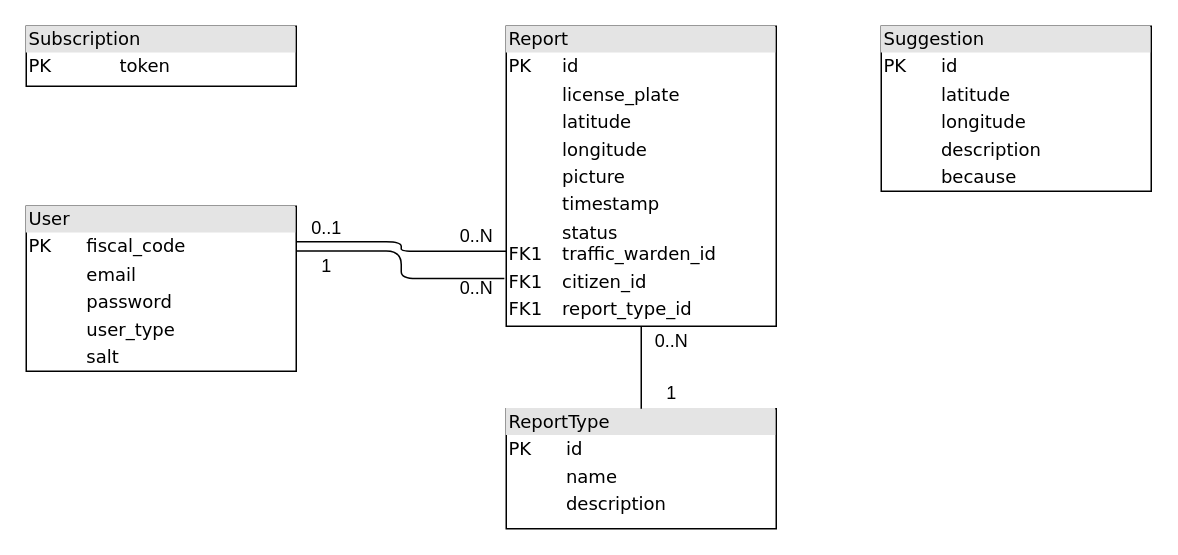
The draw.io diagram DD/diagrams/database-diagram.drawio in f3d0ss/CazzolaDotti-se2, before the edit. Source tidied: cells renumbered, new cells numbered last; positions are measured from the earlier drawing's top-left corner, leaving out a move shared by most shapes. Both pictures are drawn from the tidied source at 150%, with x=0, y=0 at pixel (26, 26).
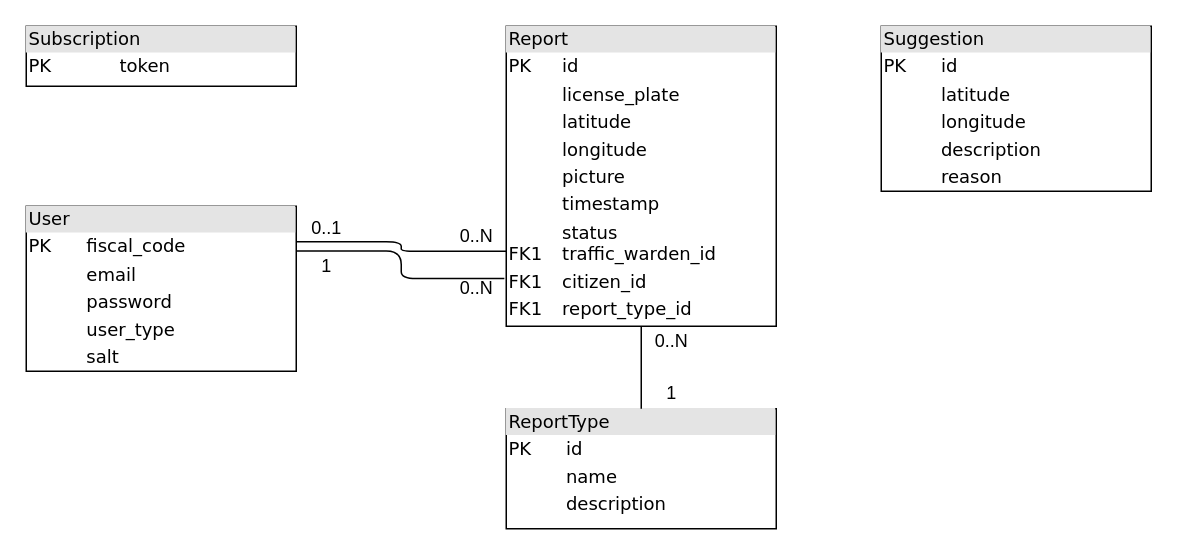
The same diagram, later.

Commit message (it also covers changes not shown here):
change notation reason

Change to the diagram source:
```diff
@@
 <mxGraphModel background="#ffffff">
   <root>
     <mxCell id="0" />
     <mxCell id="1" parent="0" />
     <mxCell id="2" style="edgeStyle=orthogonalEdgeStyle;html=1;entryX=-0.007;entryY=0.841;labelBackgroundColor=none;startArrow=none;endArrow=none;fontFamily=Verdana;fontSize=12;align=left;endFill=0;startFill=0;exitX=1.001;exitY=0.271;exitDx=0;exitDy=0;entryDx=0;entryDy=0;entryPerimeter=0;exitPerimeter=0;" parent="1" edge="1" source="3" target="6">
       <mxGeometry relative="1" as="geometry">
         <Array as="points">
           <mxPoint x="250" y="150" />
           <mxPoint x="250" y="168" />
         </Array>
       </mxGeometry>
     </mxCell>
     <mxCell id="3" value="&lt;div style=&quot;box-sizing: border-box ; width: 100% ; background: #e4e4e4 ; padding: 2px&quot;&gt;User&lt;/div&gt;&lt;table style=&quot;width: 100% ; font-size: 1em&quot; cellpadding=&quot;2&quot; cellspacing=&quot;0&quot;&gt;&lt;tbody&gt;&lt;tr&gt;&lt;td&gt;PK&lt;/td&gt;&lt;td&gt;fiscal_code&lt;/td&gt;&lt;/tr&gt;&lt;tr&gt;&lt;td&gt;&lt;br&gt;&lt;/td&gt;&lt;td&gt;email&lt;/td&gt;&lt;/tr&gt;&lt;tr&gt;&lt;td&gt;&lt;/td&gt;&lt;td&gt;password&lt;/td&gt;&lt;/tr&gt;&lt;tr&gt;&lt;td&gt;&lt;br&gt;&lt;/td&gt;&lt;td&gt;user_type&lt;/td&gt;&lt;/tr&gt;&lt;tr&gt;&lt;td&gt;&lt;br&gt;&lt;/td&gt;&lt;td&gt;salt&lt;/td&gt;&lt;/tr&gt;&lt;/tbody&gt;&lt;/table&gt;" style="verticalAlign=top;align=left;overflow=fill;html=1;rounded=0;shadow=0;comic=0;labelBackgroundColor=none;strokeWidth=1;fontFamily=Verdana;fontSize=12;" parent="1" vertex="1">
       <mxGeometry y="120" width="180" height="110" as="geometry" />
     </mxCell>
     <mxCell id="4" value="&lt;div style=&quot;box-sizing: border-box ; width: 100% ; background: #e4e4e4 ; padding: 2px&quot;&gt;ReportType&lt;/div&gt;&lt;table style=&quot;width: 100% ; font-size: 1em&quot; cellpadding=&quot;2&quot; cellspacing=&quot;0&quot;&gt;&lt;tbody&gt;&lt;tr&gt;&lt;td&gt;PK&lt;/td&gt;&lt;td&gt;id&lt;/td&gt;&lt;/tr&gt;&lt;tr&gt;&lt;td&gt;&lt;br&gt;&lt;/td&gt;&lt;td&gt;name&lt;/td&gt;&lt;/tr&gt;&lt;tr&gt;&lt;td&gt;&lt;/td&gt;&lt;td&gt;description&lt;/td&gt;&lt;/tr&gt;&lt;tr&gt;&lt;td&gt;&lt;/td&gt;&lt;td&gt;&lt;/td&gt;&lt;/tr&gt;&lt;/tbody&gt;&lt;/table&gt;" style="verticalAlign=top;align=left;overflow=fill;html=1;rounded=0;shadow=0;comic=0;labelBackgroundColor=none;strokeWidth=1;fontFamily=Verdana;fontSize=12;" parent="1" vertex="1">
       <mxGeometry x="320" y="255" width="180" height="80" as="geometry" />
     </mxCell>
     <mxCell id="5" style="edgeStyle=orthogonalEdgeStyle;html=1;entryX=0.5;entryY=0;labelBackgroundColor=none;startArrow=none;endArrow=none;fontFamily=Verdana;fontSize=12;align=left;startFill=0;endFill=0;" parent="1" edge="1" source="6" target="4">
       <mxGeometry relative="1" as="geometry" />
     </mxCell>
     <mxCell id="6" value="&lt;div style=&quot;box-sizing: border-box ; width: 100% ; background: #e4e4e4 ; padding: 2px&quot;&gt;Report&lt;/div&gt;&lt;table style=&quot;width: 100% ; font-size: 1em&quot; cellpadding=&quot;2&quot; cellspacing=&quot;0&quot;&gt;&lt;tbody&gt;&lt;tr&gt;&lt;td&gt;PK&lt;/td&gt;&lt;td&gt;id&lt;/td&gt;&lt;/tr&gt;&lt;tr&gt;&lt;td&gt;&lt;br&gt;&lt;/td&gt;&lt;td&gt;license_plate&lt;/td&gt;&lt;/tr&gt;&lt;tr&gt;&lt;td&gt;&lt;/td&gt;&lt;td&gt;latitude&lt;/td&gt;&lt;/tr&gt;&lt;tr&gt;&lt;td&gt;&lt;/td&gt;&lt;td&gt;longitude&lt;br&gt;&lt;/td&gt;&lt;/tr&gt;&lt;tr&gt;&lt;td&gt;&lt;br&gt;&lt;/td&gt;&lt;td&gt;picture&lt;br&gt;&lt;/td&gt;&lt;/tr&gt;&lt;tr&gt;&lt;td&gt;&lt;br&gt;&lt;/td&gt;&lt;td&gt;timestamp&lt;br&gt;&lt;/td&gt;&lt;/tr&gt;&lt;tr&gt;&lt;td&gt;&lt;br&gt;FK1&lt;/td&gt;&lt;td&gt;status&lt;br&gt;traffic_warden_id&lt;br&gt;&lt;/td&gt;&lt;/tr&gt;&lt;tr&gt;&lt;td&gt;FK1&lt;br&gt;&lt;/td&gt;&lt;td&gt;citizen_id&lt;br&gt;&lt;/td&gt;&lt;/tr&gt;&lt;tr&gt;&lt;td&gt;FK1&lt;br&gt;&lt;/td&gt;&lt;td&gt;report_type_id&lt;br&gt;&lt;/td&gt;&lt;/tr&gt;&lt;tr&gt;&lt;td&gt;&lt;/td&gt;&lt;td&gt;&lt;/td&gt;&lt;/tr&gt;&lt;/tbody&gt;&lt;/table&gt;" style="verticalAlign=top;align=left;overflow=fill;html=1;rounded=0;shadow=0;comic=0;labelBackgroundColor=none;strokeWidth=1;fontFamily=Verdana;fontSize=12;" parent="1" vertex="1">
       <mxGeometry x="320" width="180" height="200" as="geometry" />
     </mxCell>
-    <mxCell id="7" value="&lt;div style=&quot;box-sizing: border-box ; width: 100% ; background: #e4e4e4 ; padding: 2px&quot;&gt;Suggestion&lt;/div&gt;&lt;table style=&quot;width: 100% ; font-size: 1em&quot; cellpadding=&quot;2&quot; cellspacing=&quot;0&quot;&gt;&lt;tbody&gt;&lt;tr&gt;&lt;td&gt;PK&lt;/td&gt;&lt;td&gt;id&lt;/td&gt;&lt;/tr&gt;&lt;tr&gt;&lt;td&gt;&lt;/td&gt;&lt;td&gt;latitude&lt;br&gt;&lt;/td&gt;&lt;/tr&gt;&lt;tr&gt;&lt;td&gt;&lt;/td&gt;&lt;td&gt;longitude&lt;br&gt;&lt;/td&gt;&lt;/tr&gt;&lt;tr&gt;&lt;td&gt;&lt;br&gt;&lt;/td&gt;&lt;td&gt;description&lt;br&gt;&lt;/td&gt;&lt;/tr&gt;&lt;tr&gt;&lt;td&gt;&lt;br&gt;&lt;/td&gt;&lt;td&gt;because&lt;br&gt;&lt;/td&gt;&lt;/tr&gt;&lt;tr&gt;&lt;td&gt;&lt;/td&gt;&lt;td&gt;&lt;/td&gt;&lt;/tr&gt;&lt;/tbody&gt;&lt;/table&gt;" style="verticalAlign=top;align=left;overflow=fill;html=1;rounded=0;shadow=0;comic=0;labelBackgroundColor=none;strokeWidth=1;fontFamily=Verdana;fontSize=12;" parent="1" vertex="1">
+    <mxCell id="7" value="&lt;div style=&quot;box-sizing: border-box ; width: 100% ; background: #e4e4e4 ; padding: 2px&quot;&gt;Suggestion&lt;/div&gt;&lt;table style=&quot;width: 100% ; font-size: 1em&quot; cellpadding=&quot;2&quot; cellspacing=&quot;0&quot;&gt;&lt;tbody&gt;&lt;tr&gt;&lt;td&gt;PK&lt;/td&gt;&lt;td&gt;id&lt;/td&gt;&lt;/tr&gt;&lt;tr&gt;&lt;td&gt;&lt;/td&gt;&lt;td&gt;latitude&lt;br&gt;&lt;/td&gt;&lt;/tr&gt;&lt;tr&gt;&lt;td&gt;&lt;/td&gt;&lt;td&gt;longitude&lt;br&gt;&lt;/td&gt;&lt;/tr&gt;&lt;tr&gt;&lt;td&gt;&lt;br&gt;&lt;/td&gt;&lt;td&gt;description&lt;br&gt;&lt;/td&gt;&lt;/tr&gt;&lt;tr&gt;&lt;td&gt;&lt;br&gt;&lt;/td&gt;&lt;td&gt;reason&lt;/td&gt;&lt;/tr&gt;&lt;/tbody&gt;&lt;/table&gt;" style="verticalAlign=top;align=left;overflow=fill;html=1;rounded=0;shadow=0;comic=0;labelBackgroundColor=none;strokeWidth=1;fontFamily=Verdana;fontSize=12;" parent="1" vertex="1">
       <mxGeometry x="570" width="180" height="110" as="geometry" />
     </mxCell>
     <mxCell id="8" value="&lt;div style=&quot;box-sizing: border-box ; width: 100% ; background: #e4e4e4 ; padding: 2px&quot;&gt;Subscription&lt;/div&gt;&lt;table style=&quot;width: 100% ; font-size: 1em&quot; cellpadding=&quot;2&quot; cellspacing=&quot;0&quot;&gt;&lt;tbody&gt;&lt;tr&gt;&lt;td&gt;PK&lt;/td&gt;&lt;td&gt;token&lt;/td&gt;&lt;/tr&gt;&lt;tr&gt;&lt;td&gt;&lt;/td&gt;&lt;td&gt;&lt;/td&gt;&lt;/tr&gt;&lt;/tbody&gt;&lt;/table&gt;" style="verticalAlign=top;align=left;overflow=fill;html=1;rounded=0;shadow=0;comic=0;labelBackgroundColor=none;strokeWidth=1;fontFamily=Verdana;fontSize=12;" parent="1" vertex="1">
       <mxGeometry width="180" height="40" as="geometry" />
     </mxCell>
     <mxCell id="9" style="edgeStyle=orthogonalEdgeStyle;html=1;entryX=0;entryY=0.75;labelBackgroundColor=none;startArrow=none;endArrow=none;fontFamily=Verdana;fontSize=12;align=left;endFill=0;startFill=0;exitX=1;exitY=0.215;exitDx=0;exitDy=0;entryDx=0;entryDy=0;exitPerimeter=0;" parent="1" edge="1" source="3" target="6">
       <mxGeometry relative="1" as="geometry" />
     </mxCell>
     <mxCell id="10" value="0..1" style="text;html=1;align=center;verticalAlign=middle;" parent="1" vertex="1">
       <mxGeometry x="180" y="125" width="40" height="20" as="geometry" />
     </mxCell>
     <mxCell id="11" value="0..N" style="text;html=1;align=center;verticalAlign=middle;" parent="1" vertex="1">
       <mxGeometry x="280" y="130" width="40" height="20" as="geometry" />
     </mxCell>
     <mxCell id="12" value="1" style="text;html=1;align=center;verticalAlign=middle;" parent="1" vertex="1">
       <mxGeometry x="190" y="150" width="20" height="20" as="geometry" />
     </mxCell>
     <mxCell id="13" value="0..N" style="text;html=1;align=center;verticalAlign=middle;" parent="1" vertex="1">
       <mxGeometry x="280" y="165" width="40" height="20" as="geometry" />
     </mxCell>
     <mxCell id="14" value="0..N" style="text;html=1;align=center;verticalAlign=middle;" parent="1" vertex="1">
       <mxGeometry x="410" y="200" width="40" height="20" as="geometry" />
     </mxCell>
     <mxCell id="15" value="1" style="text;html=1;align=center;verticalAlign=middle;" parent="1" vertex="1">
       <mxGeometry x="420" y="235" width="20" height="20" as="geometry" />
     </mxCell>
   </root>
 </mxGraphModel>
```
